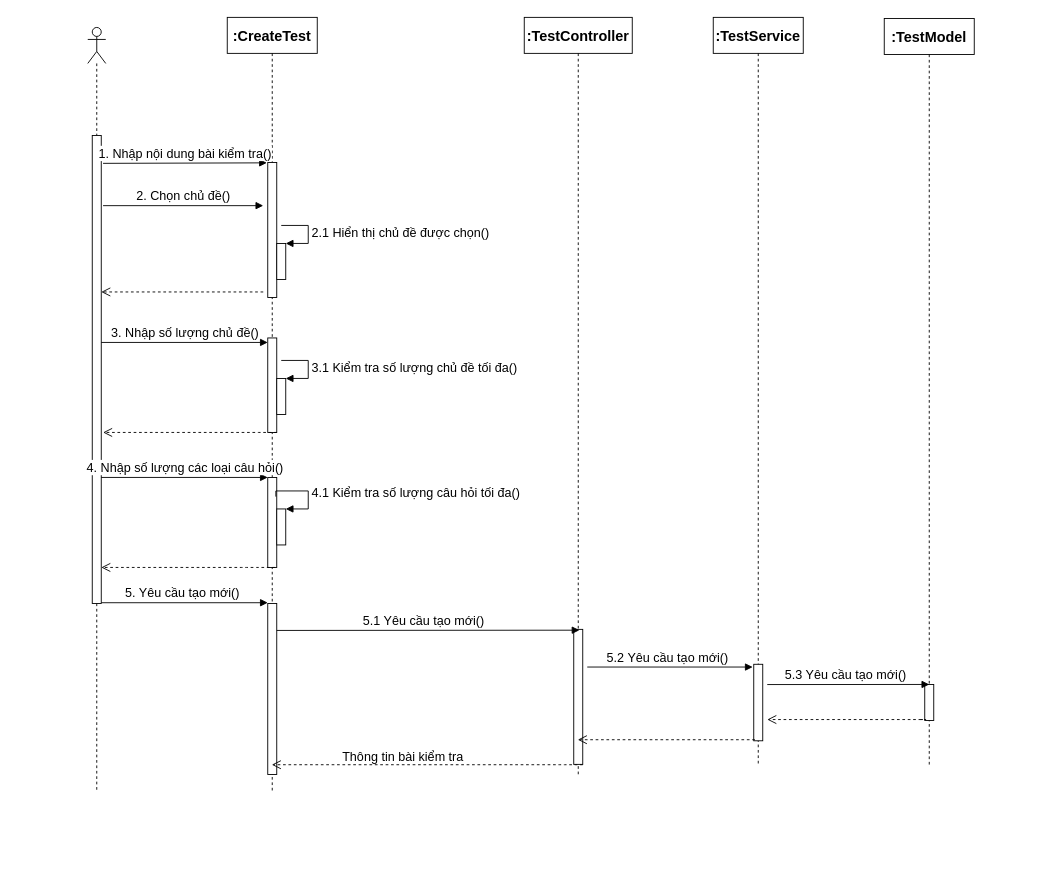
Before: page "Page-2" (2 of 25) of src/Untitled Diagram.drawio in Thuong911/vietStudy, a draw.io diagram. Source tidied: cells renumbered, new cells numbered last; positions are measured from the earlier drawing's top-left corner, leaving out a move shared by most shapes. Both pictures are drawn from the tidied source at 90%, with x=0, y=0 at pixel (87, 17).
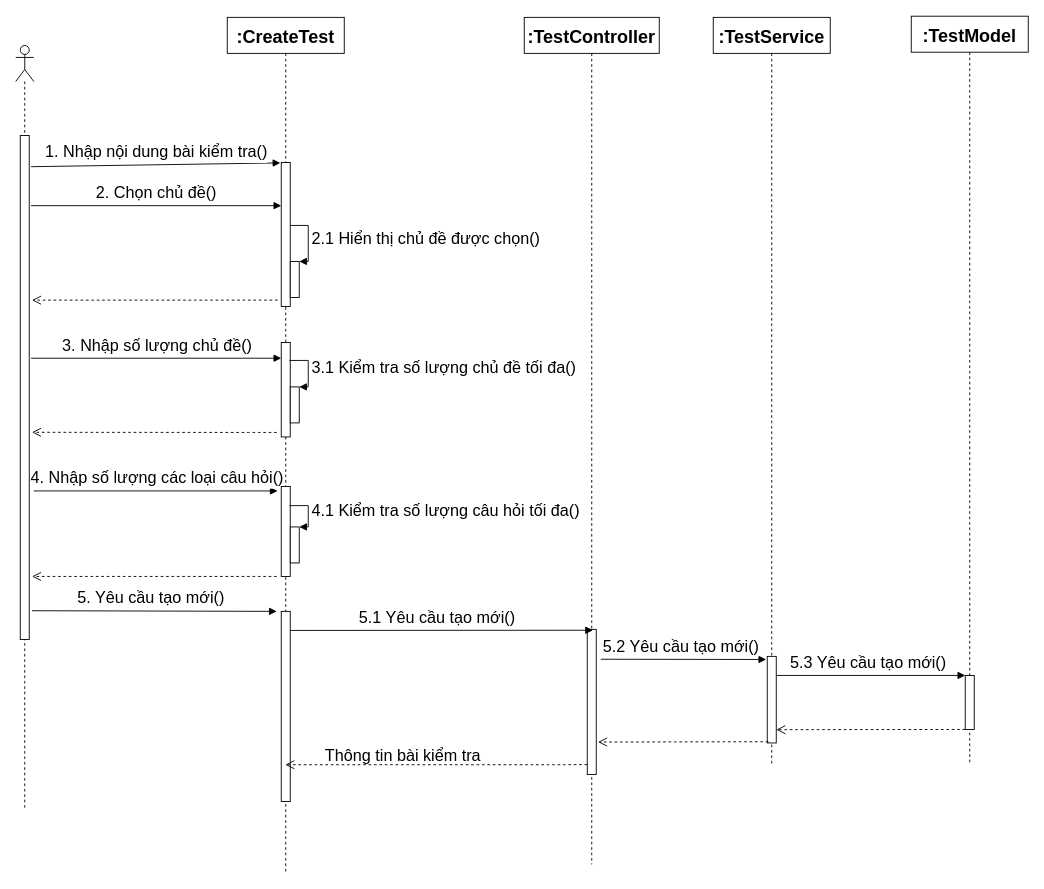
Above is the later version.

What changed in the source:
```diff
@@
-    <mxCell id="2" value=":CreateTest" style="shape=umlLifeline;perimeter=lifelinePerimeter;rounded=0;shadow=0;strokeWidth=1;fontStyle=1;fontSize=16;" parent="1" vertex="1">
-      <mxGeometry x="155" y="-0.2" width="100" height="861.2" as="geometry" />
+    <mxCell id="2" value=":CreateTest" style="shape=umlLifeline;perimeter=lifelinePerimeter;rounded=0;shadow=0;strokeWidth=1;fontStyle=1;fontSize=20;" parent="1" vertex="1">
+      <mxGeometry x="155" y="-0.2" width="130" height="951.2" as="geometry" />
     </mxCell>
-    <mxCell id="3" value=":TestController" style="shape=umlLifeline;perimeter=lifelinePerimeter;rounded=0;shadow=0;strokeWidth=1;fontStyle=1;fontSize=16;" parent="1" vertex="1">
-      <mxGeometry x="485" y="-0.2" width="120" height="841.2" as="geometry" />
+    <mxCell id="3" value=":TestController" style="shape=umlLifeline;perimeter=lifelinePerimeter;rounded=0;shadow=0;strokeWidth=1;fontStyle=1;fontSize=20;" parent="1" vertex="1">
+      <mxGeometry x="485" y="-0.2" width="150" height="941.2" as="geometry" />
     </mxCell>
-    <mxCell id="4" value=":TestService" style="shape=umlLifeline;perimeter=lifelinePerimeter;rounded=0;shadow=0;strokeWidth=1;fontStyle=1;fontSize=16;" parent="1" vertex="1">
-      <mxGeometry x="695" y="-0.2" width="100" height="830" as="geometry" />
+    <mxCell id="4" value=":TestService" style="shape=umlLifeline;perimeter=lifelinePerimeter;rounded=0;shadow=0;strokeWidth=1;fontStyle=1;fontSize=20;" parent="1" vertex="1">
+      <mxGeometry x="695" y="-0.2" width="130" height="830" as="geometry" />
     </mxCell>
     <mxCell id="5" style="html=1;points=[];perimeter=orthogonalPerimeter;fontStyle=1;fontSize=16;" parent="4" vertex="1">
-      <mxGeometry x="45" y="718.8" width="10" height="85" as="geometry" />
+      <mxGeometry x="60" y="710" width="10" height="96.2" as="geometry" />
     </mxCell>
-    <mxCell id="6" value=":TestModel" style="shape=umlLifeline;perimeter=lifelinePerimeter;rounded=0;shadow=0;strokeWidth=1;fontStyle=1;fontSize=16;" parent="1" vertex="1">
-      <mxGeometry x="885" y="1" width="100" height="830" as="geometry" />
+    <mxCell id="6" value=":TestModel" style="shape=umlLifeline;perimeter=lifelinePerimeter;rounded=0;shadow=0;strokeWidth=1;fontStyle=1;fontSize=20;" parent="1" vertex="1">
+      <mxGeometry x="915" y="-1.5" width="130" height="830" as="geometry" />
     </mxCell>
     <mxCell id="7" style="shape=umlLifeline;participant=umlActor;perimeter=lifelinePerimeter;whiteSpace=wrap;html=1;verticalAlign=top;spacingTop=36;fontStyle=1;fontSize=16;" parent="1" vertex="1">
-      <mxGeometry y="11" width="20" height="850" as="geometry" />
+      <mxGeometry x="-80" y="31" width="20" height="850" as="geometry" />
     </mxCell>
     <mxCell id="8" style="html=1;points=[];perimeter=orthogonalPerimeter;fontStyle=1;fontSize=16;" parent="1" vertex="1">
-      <mxGeometry x="5" y="131" width="10" height="520" as="geometry" />
+      <mxGeometry x="-75" y="131" width="10" height="560" as="geometry" />
     </mxCell>
     <mxCell id="9" style="html=1;points=[];perimeter=orthogonalPerimeter;fontStyle=1;fontSize=16;" parent="1" vertex="1">
-      <mxGeometry x="200" y="161" width="10" height="150" as="geometry" />
+      <mxGeometry x="215" y="161" width="10" height="160" as="geometry" />
     </mxCell>
     <mxCell id="10" style="html=1;points=[];perimeter=orthogonalPerimeter;fontStyle=1;fontSize=16;" parent="1" vertex="1">
-      <mxGeometry x="540" y="679.8" width="10" height="150" as="geometry" />
+      <mxGeometry x="555" y="679.8" width="10" height="161.2" as="geometry" />
     </mxCell>
     <mxCell id="11" style="html=1;points=[];perimeter=orthogonalPerimeter;fontStyle=1;fontSize=16;" parent="1" vertex="1">
-      <mxGeometry x="930" y="741" width="10" height="40" as="geometry" />
+      <mxGeometry x="975" y="731" width="10" height="60" as="geometry" />
     </mxCell>
-    <mxCell id="12" value="1. Nhập nội dung bài kiểm tra()" style="html=1;verticalAlign=bottom;endArrow=block;fontSize=14;entryX=-0.1;entryY=0.003;entryDx=0;entryDy=0;entryPerimeter=0;fontStyle=0;" parent="1" edge="1" target="9">
-      <mxGeometry relative="1" as="geometry">
-        <mxPoint x="17" y="162" as="sourcePoint" />
-      </mxGeometry>
+    <mxCell id="12" value="1. Nhập nội dung bài kiểm tra()" style="html=1;verticalAlign=bottom;endArrow=block;fontSize=18;entryX=-0.1;entryY=0.003;entryDx=0;entryDy=0;entryPerimeter=0;fontStyle=0;exitX=1.2;exitY=0.062;exitDx=0;exitDy=0;exitPerimeter=0;" parent="1" edge="1" source="8" target="9">
+      <mxGeometry relative="1" as="geometry" />
     </mxCell>
-    <mxCell id="13" value="2. Chọn chủ đề()" style="html=1;verticalAlign=bottom;endArrow=block;fontSize=14;fontStyle=0;" parent="1" edge="1">
+    <mxCell id="13" value="2. Chọn chủ đề()" style="html=1;verticalAlign=bottom;endArrow=block;fontSize=18;fontStyle=0;entryX=0;entryY=0.3;entryDx=0;entryDy=0;entryPerimeter=0;" parent="1" edge="1" target="9">
       <mxGeometry relative="1" as="geometry">
-        <mxPoint x="17" y="209" as="sourcePoint" />
-        <mxPoint x="195" y="209" as="targetPoint" />
+        <mxPoint x="-63" y="209" as="sourcePoint" />
       </mxGeometry>
     </mxCell>
     <mxCell id="14" style="html=1;points=[];perimeter=orthogonalPerimeter;fontSize=16;fontStyle=1;" parent="1" vertex="1">
-      <mxGeometry x="210" y="251" width="10" height="40" as="geometry" />
+      <mxGeometry x="225" y="271" width="10" height="40" as="geometry" />
     </mxCell>
-    <mxCell id="15" value="2.1 Hiển thị chủ đề được chọn()" style="edgeStyle=orthogonalEdgeStyle;html=1;align=left;spacingLeft=2;endArrow=block;rounded=0;entryX=1;entryY=0;fontSize=14;fontStyle=0;" parent="1" edge="1" target="14">
+    <mxCell id="15" value="2.1 Hiển thị chủ đề được chọn()" style="edgeStyle=orthogonalEdgeStyle;html=1;align=left;spacingLeft=2;endArrow=block;rounded=0;entryX=1;entryY=0;fontSize=18;fontStyle=0;" parent="1" edge="1" target="14">
       <mxGeometry relative="1" as="geometry">
-        <mxPoint x="215" y="231" as="sourcePoint" />
+        <mxPoint x="225" y="231" as="sourcePoint" />
         <Array as="points">
           <mxPoint x="245" y="231" />
         </Array>
       </mxGeometry>
     </mxCell>
-    <mxCell id="16" style="html=1;verticalAlign=bottom;endArrow=open;dashed=1;endSize=8;fontStyle=1;fontSize=16;" parent="1" edge="1">
+    <mxCell id="16" style="html=1;verticalAlign=bottom;endArrow=open;dashed=1;endSize=8;fontStyle=1;fontSize=16;exitX=-0.4;exitY=0.956;exitDx=0;exitDy=0;exitPerimeter=0;" parent="1" edge="1" source="9">
       <mxGeometry x="-0.04" y="-12" relative="1" as="geometry">
-        <mxPoint x="195" y="304.9" as="sourcePoint" />
-        <mxPoint x="15" y="304.9" as="targetPoint" />
+        <mxPoint x="-62" y="314" as="targetPoint" />
       </mxGeometry>
     </mxCell>
-    <mxCell id="17" value="3. Nhập số lượng chủ đề()" style="html=1;verticalAlign=bottom;endArrow=block;fontSize=14;fontStyle=0;" parent="1" edge="1" target="18">
-      <mxGeometry x="0.01" relative="1" as="geometry">
-        <mxPoint x="15" y="361" as="sourcePoint" />
-      </mxGeometry>
+    <mxCell id="17" value="3. Nhập số lượng chủ đề()" style="html=1;verticalAlign=bottom;endArrow=block;fontSize=18;fontStyle=0;exitX=1.2;exitY=0.442;exitDx=0;exitDy=0;exitPerimeter=0;" parent="1" edge="1" source="8" target="18">
+      <mxGeometry x="0.01" relative="1" as="geometry" />
     </mxCell>
     <mxCell id="18" style="html=1;points=[];perimeter=orthogonalPerimeter;fontSize=16;fontStyle=1;" parent="1" vertex="1">
-      <mxGeometry x="200" y="356" width="10" height="105" as="geometry" />
+      <mxGeometry x="215" y="361" width="10" height="105" as="geometry" />
     </mxCell>
     <mxCell id="19" style="html=1;points=[];perimeter=orthogonalPerimeter;fontSize=16;fontStyle=1;" parent="1" vertex="1">
-      <mxGeometry x="210" y="401" width="10" height="40" as="geometry" />
+      <mxGeometry x="225" y="410.4" width="10" height="40" as="geometry" />
     </mxCell>
-    <mxCell id="20" value="3.1 Kiểm tra số lượng chủ đề tối đa()" style="edgeStyle=orthogonalEdgeStyle;html=1;align=left;spacingLeft=2;endArrow=block;rounded=0;entryX=1;entryY=0;fontSize=14;fontStyle=0;" parent="1" edge="1" target="19">
+    <mxCell id="20" value="3.1 Kiểm tra số lượng chủ đề tối đa()" style="edgeStyle=orthogonalEdgeStyle;html=1;align=left;spacingLeft=2;endArrow=block;rounded=0;entryX=1;entryY=0;fontSize=18;fontStyle=0;" parent="1" edge="1" target="19">
       <mxGeometry relative="1" as="geometry">
-        <mxPoint x="215" y="381" as="sourcePoint" />
+        <mxPoint x="224" y="381" as="sourcePoint" />
         <Array as="points">
           <mxPoint x="245" y="381" />
+          <mxPoint x="245" y="410" />
         </Array>
       </mxGeometry>
     </mxCell>
-    <mxCell id="21" value="4. Nhập số lượng các loại câu hỏi()" style="html=1;verticalAlign=bottom;endArrow=block;fontSize=14;fontStyle=0;" parent="1" edge="1">
+    <mxCell id="21" value="4. Nhập số lượng các loại câu hỏi()" style="html=1;verticalAlign=bottom;endArrow=block;fontSize=18;fontStyle=0;entryX=-0.4;entryY=0.05;entryDx=0;entryDy=0;entryPerimeter=0;" parent="1" edge="1" target="23">
       <mxGeometry x="0.01" relative="1" as="geometry">
-        <mxPoint x="15" y="511" as="sourcePoint" />
-        <mxPoint x="200" y="511" as="targetPoint" />
+        <mxPoint x="-60" y="526" as="sourcePoint" />
       </mxGeometry>
     </mxCell>
-    <mxCell id="22" style="html=1;verticalAlign=bottom;endArrow=open;dashed=1;endSize=8;fontSize=16;fontStyle=1;" parent="1" edge="1">
+    <mxCell id="22" style="html=1;verticalAlign=bottom;endArrow=open;dashed=1;endSize=8;fontSize=16;fontStyle=1;entryX=1.3;entryY=0.589;entryDx=0;entryDy=0;entryPerimeter=0;" parent="1" edge="1" target="8">
       <mxGeometry x="1" y="291" relative="1" as="geometry">
         <mxPoint x="210" y="461" as="sourcePoint" />
-        <mxPoint x="17" y="461" as="targetPoint" />
         <Array as="points">
           <mxPoint x="180" y="461" />
         </Array>
         <mxPoint x="-280" y="-211" as="offset" />
       </mxGeometry>
     </mxCell>
     <mxCell id="23" style="html=1;points=[];perimeter=orthogonalPerimeter;fontSize=16;fontStyle=1;" parent="1" vertex="1">
-      <mxGeometry x="200" y="511" width="10" height="100" as="geometry" />
+      <mxGeometry x="215" y="521" width="10" height="100" as="geometry" />
     </mxCell>
     <mxCell id="24" style="html=1;points=[];perimeter=orthogonalPerimeter;fontSize=16;fontStyle=1;" parent="1" vertex="1">
-      <mxGeometry x="210" y="546" width="10" height="40" as="geometry" />
+      <mxGeometry x="225" y="566" width="10" height="40" as="geometry" />
     </mxCell>
-    <mxCell id="25" value="4.1 Kiểm tra số lượng câu hỏi tối đa()" style="edgeStyle=orthogonalEdgeStyle;html=1;align=left;spacingLeft=2;endArrow=block;rounded=0;entryX=1;entryY=0;fontSize=14;exitX=0.9;exitY=0.213;exitDx=0;exitDy=0;exitPerimeter=0;fontStyle=0;" parent="1" edge="1" source="23" target="24">
+    <mxCell id="25" value="4.1 Kiểm tra số lượng câu hỏi tối đa()" style="edgeStyle=orthogonalEdgeStyle;html=1;align=left;spacingLeft=2;endArrow=block;rounded=0;entryX=1;entryY=0;fontSize=18;exitX=0.9;exitY=0.213;exitDx=0;exitDy=0;exitPerimeter=0;fontStyle=0;" parent="1" edge="1" source="23" target="24">
       <mxGeometry relative="1" as="geometry">
         <Array as="points">
-          <mxPoint x="209" y="526" />
-          <mxPoint x="245" y="526" />
-          <mxPoint x="245" y="546" />
+          <mxPoint x="245" y="542" />
+          <mxPoint x="245" y="566" />
         </Array>
       </mxGeometry>
     </mxCell>
     <mxCell id="26" style="html=1;verticalAlign=bottom;endArrow=open;dashed=1;endSize=8;fontSize=16;fontStyle=1;" parent="1" edge="1">
       <mxGeometry x="1" y="291" relative="1" as="geometry">
-        <mxPoint x="208" y="611" as="sourcePoint" />
-        <mxPoint x="15" y="611" as="targetPoint" />
+        <mxPoint x="210" y="621" as="sourcePoint" />
+        <mxPoint x="-62" y="621" as="targetPoint" />
         <Array as="points">
-          <mxPoint x="178" y="611" />
+          <mxPoint x="180" y="621" />
         </Array>
         <mxPoint x="-280" y="-211" as="offset" />
       </mxGeometry>
     </mxCell>
     <mxCell id="27" style="html=1;perimeter=orthogonalPerimeter;fontSize=16;fontStyle=1;" parent="1" vertex="1">
-      <mxGeometry x="200" y="651" width="10" height="190" as="geometry" />
+      <mxGeometry x="215" y="659.8" width="10" height="211.2" as="geometry" />
     </mxCell>
-    <mxCell id="28" value="5. Yêu cầu tạo mới()" style="html=1;verticalAlign=bottom;endArrow=block;fontSize=14;fontStyle=0;" parent="1" edge="1">
+    <mxCell id="28" value="5. Yêu cầu tạo mới()" style="html=1;verticalAlign=bottom;endArrow=block;fontSize=18;fontStyle=0;exitX=1.3;exitY=0.943;exitDx=0;exitDy=0;exitPerimeter=0;" parent="1" edge="1" source="8">
       <mxGeometry x="-0.03" relative="1" as="geometry">
-        <mxPoint x="15" y="650.2" as="sourcePoint" />
-        <mxPoint x="200" y="650.2" as="targetPoint" />
+        <mxPoint x="210" y="659.8" as="targetPoint" />
       </mxGeometry>
     </mxCell>
-    <mxCell id="29" value="5.1 Yêu cầu tạo mới()" style="html=1;verticalAlign=bottom;endArrow=block;fontSize=14;entryX=0.633;entryY=0.006;entryDx=0;entryDy=0;entryPerimeter=0;fontStyle=0;" parent="1" edge="1" target="10">
+    <mxCell id="29" value="5.1 Yêu cầu tạo mới()" style="html=1;verticalAlign=bottom;endArrow=block;fontSize=18;entryX=0.633;entryY=0.006;entryDx=0;entryDy=0;entryPerimeter=0;fontStyle=0;" parent="1" edge="1" target="10">
       <mxGeometry x="-0.03" relative="1" as="geometry">
-        <mxPoint x="210" y="681" as="sourcePoint" />
+        <mxPoint x="225" y="681" as="sourcePoint" />
       </mxGeometry>
     </mxCell>
-    <mxCell id="30" value="5.2 Yêu cầu tạo mới()" style="html=1;verticalAlign=bottom;endArrow=block;fontSize=14;entryX=-0.117;entryY=0.036;entryDx=0;entryDy=0;entryPerimeter=0;fontStyle=0;exitX=1.5;exitY=0.279;exitDx=0;exitDy=0;exitPerimeter=0;" parent="1" edge="1" source="10" target="5">
-      <mxGeometry x="-0.03" relative="1" as="geometry" />
+    <mxCell id="30" value="5.2 Yêu cầu tạo mới()" style="html=1;verticalAlign=bottom;endArrow=block;fontSize=18;entryX=-0.117;entryY=0.036;entryDx=0;entryDy=0;entryPerimeter=0;fontStyle=0;" parent="1" edge="1" target="5">
+      <mxGeometry x="-0.03" relative="1" as="geometry">
+        <mxPoint x="570" y="713" as="sourcePoint" />
+      </mxGeometry>
     </mxCell>
-    <mxCell id="31" value="5.3 Yêu cầu tạo mới()" style="html=1;verticalAlign=bottom;endArrow=block;fontSize=14;exitX=1.5;exitY=0.265;exitDx=0;exitDy=0;exitPerimeter=0;fontStyle=0;" parent="1" edge="1" source="5">
+    <mxCell id="31" value="5.3 Yêu cầu tạo mới()" style="html=1;verticalAlign=bottom;endArrow=block;fontSize=18;fontStyle=0;entryX=0;entryY=0;entryDx=0;entryDy=0;entryPerimeter=0;" parent="1" edge="1" target="11">
       <mxGeometry x="-0.03" relative="1" as="geometry">
-        <mxPoint x="935" y="741" as="targetPoint" />
+        <mxPoint x="765" y="731" as="sourcePoint" />
       </mxGeometry>
     </mxCell>
-    <mxCell id="32" style="html=1;verticalAlign=bottom;endArrow=open;dashed=1;endSize=8;fontSize=16;fontStyle=1;" parent="1" edge="1">
-      <mxGeometry x="1" y="291" relative="1" as="geometry">
-        <mxPoint x="925" y="780" as="sourcePoint" />
-        <mxPoint x="755" y="780" as="targetPoint" />
-        <Array as="points">
-          <mxPoint x="935" y="780" />
-        </Array>
-        <mxPoint x="-280" y="-211" as="offset" />
-      </mxGeometry>
-    </mxCell>
-    <mxCell id="33" style="html=1;verticalAlign=bottom;endArrow=open;dashed=1;endSize=8;fontSize=16;exitX=0.133;exitY=0.986;exitDx=0;exitDy=0;exitPerimeter=0;fontStyle=1;" parent="1" edge="1" source="5" target="3">
+    <mxCell id="33" style="html=1;verticalAlign=bottom;endArrow=open;dashed=1;endSize=8;fontSize=16;exitX=0.133;exitY=0.986;exitDx=0;exitDy=0;exitPerimeter=0;fontStyle=1;" parent="1" edge="1" source="5">
       <mxGeometry x="1" y="291" relative="1" as="geometry">
+        <mxPoint x="567" y="805" as="targetPoint" />
         <mxPoint x="-280" y="-211" as="offset" />
       </mxGeometry>
     </mxCell>
     <mxCell id="34" style="html=1;verticalAlign=bottom;endArrow=open;dashed=1;endSize=8;fontSize=16;fontStyle=1;" parent="1" edge="1" target="2">
       <mxGeometry x="1" y="291" relative="1" as="geometry">
-        <mxPoint x="550" y="830.2" as="sourcePoint" />
+        <mxPoint x="555" y="830" as="sourcePoint" />
         <Array as="points">
           <mxPoint x="520" y="830.2" />
         </Array>
         <mxPoint x="-280" y="-211" as="offset" />
       </mxGeometry>
     </mxCell>
-    <mxCell id="35" value="Thông tin bài kiểm tra" style="text;html=1;align=center;verticalAlign=middle;strokeColor=none;fontSize=14;fontStyle=0;" parent="1" vertex="1">
-      <mxGeometry x="275" y="811" width="150" height="20" as="geometry" />
+    <mxCell id="35" value="Thông tin bài kiểm tra" style="text;html=1;align=center;verticalAlign=middle;strokeColor=none;fontSize=18;fontStyle=0;" parent="1" vertex="1">
+      <mxGeometry x="255" y="806" width="190" height="30" as="geometry" />
     </mxCell>
+    <mxCell id="36" style="html=1;verticalAlign=bottom;endArrow=open;dashed=1;endSize=8;fontSize=16;fontStyle=1;entryX=1;entryY=0.847;entryDx=0;entryDy=0;entryPerimeter=0;" parent="1" edge="1" target="5">
+      <mxGeometry x="1" y="291" relative="1" as="geometry">
+        <mxPoint x="975" y="791" as="sourcePoint" />
+        <mxPoint x="-280" y="-211" as="offset" />
+      </mxGeometry>
+    </mxCell>
```
